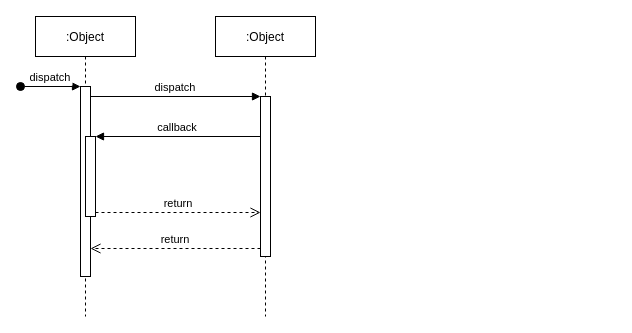
Before: Untitled Diagram.drawio in ngantn1994/simple-full-stack-spa, a draw.io diagram. Source tidied: cells renumbered, new cells numbered last; positions are measured from the earlier drawing's top-left corner, leaving out a move shared by most shapes. Both pictures are drawn from the tidied source at 100%, with x=0, y=0 at pixel (20, 16).
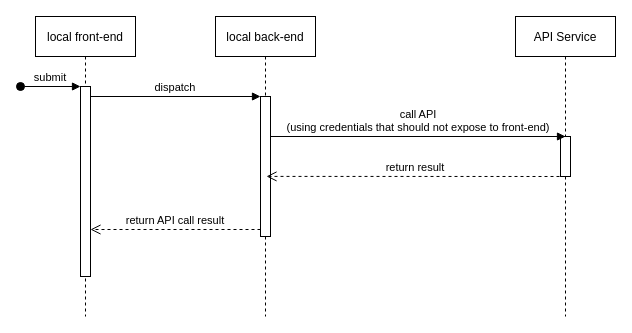
The same diagram, later.

Change to the diagram source:
```diff
@@
 <mxGraphModel>
   <root>
     <mxCell id="0" />
     <mxCell id="1" parent="0" />
-    <mxCell id="2" value=":Object" style="shape=umlLifeline;perimeter=lifelinePerimeter;rounded=0;shadow=0;strokeWidth=1;" parent="1" vertex="1">
+    <mxCell id="2" value="local front-end" style="shape=umlLifeline;perimeter=lifelinePerimeter;rounded=0;shadow=0;strokeWidth=1;" parent="1" vertex="1">
       <mxGeometry x="15" width="100" height="300" as="geometry" />
     </mxCell>
     <mxCell id="3" style="points=[];perimeter=orthogonalPerimeter;rounded=0;shadow=0;strokeWidth=1;" parent="2" vertex="1">
       <mxGeometry x="45" y="70" width="10" height="190" as="geometry" />
     </mxCell>
-    <mxCell id="4" value="dispatch" style="verticalAlign=bottom;startArrow=oval;endArrow=block;startSize=8;shadow=0;strokeWidth=1;" parent="2" edge="1" target="3">
+    <mxCell id="4" value="submit" style="verticalAlign=bottom;startArrow=oval;endArrow=block;startSize=8;shadow=0;strokeWidth=1;" parent="2" edge="1" target="3">
       <mxGeometry relative="1" as="geometry">
         <mxPoint x="-15" y="70" as="sourcePoint" />
       </mxGeometry>
     </mxCell>
-    <mxCell id="5" style="points=[];perimeter=orthogonalPerimeter;rounded=0;shadow=0;strokeWidth=1;" parent="2" vertex="1">
-      <mxGeometry x="50" y="120" width="10" height="80" as="geometry" />
-    </mxCell>
-    <mxCell id="6" value=":Object" style="shape=umlLifeline;perimeter=lifelinePerimeter;rounded=0;shadow=0;strokeWidth=1;" parent="1" vertex="1">
+    <mxCell id="6" value="local back-end" style="shape=umlLifeline;perimeter=lifelinePerimeter;rounded=0;shadow=0;strokeWidth=1;" parent="1" vertex="1">
       <mxGeometry x="195" width="100" height="300" as="geometry" />
     </mxCell>
     <mxCell id="7" style="points=[];perimeter=orthogonalPerimeter;rounded=0;shadow=0;strokeWidth=1;" parent="6" vertex="1">
-      <mxGeometry x="45" y="80" width="10" height="160" as="geometry" />
+      <mxGeometry x="45" y="80" width="10" height="140" as="geometry" />
     </mxCell>
-    <mxCell id="8" value="return" style="verticalAlign=bottom;endArrow=open;dashed=1;endSize=8;exitX=0;exitY=0.95;shadow=0;strokeWidth=1;" parent="1" edge="1" source="7" target="3">
+    <mxCell id="8" value="return API call result" style="verticalAlign=bottom;endArrow=open;dashed=1;endSize=8;exitX=0;exitY=0.95;shadow=0;strokeWidth=1;" parent="1" edge="1" source="7" target="3">
       <mxGeometry relative="1" as="geometry" />
     </mxCell>
     <mxCell id="9" value="dispatch" style="verticalAlign=bottom;endArrow=block;entryX=0;entryY=0;shadow=0;strokeWidth=1;" parent="1" edge="1" source="3" target="7">
       <mxGeometry relative="1" as="geometry" />
     </mxCell>
-    <mxCell id="10" value="callback" style="verticalAlign=bottom;endArrow=block;entryX=1;entryY=0;shadow=0;strokeWidth=1;" parent="1" edge="1" source="7" target="5">
-      <mxGeometry relative="1" as="geometry" />
-    </mxCell>
-    <mxCell id="11" value="return" style="verticalAlign=bottom;endArrow=open;dashed=1;endSize=8;exitX=1;exitY=0.95;shadow=0;strokeWidth=1;" parent="1" edge="1" source="5" target="7">
-      <mxGeometry relative="1" as="geometry" />
-    </mxCell>
+    <mxCell id="12" value="API Service" style="shape=umlLifeline;perimeter=lifelinePerimeter;rounded=0;shadow=0;strokeWidth=1;" parent="1" vertex="1">
+      <mxGeometry x="495" width="100" height="300" as="geometry" />
+    </mxCell>
+    <mxCell id="13" style="perimeter=orthogonalPerimeter;rounded=0;shadow=0;strokeWidth=1;" parent="12" vertex="1">
+      <mxGeometry x="45" y="120" width="10" height="40" as="geometry" />
+    </mxCell>
+    <mxCell id="14" value="call API&#10;(using credentials that should not expose to front-end)" style="verticalAlign=bottom;endArrow=block;entryX=0;entryY=0;shadow=0;strokeWidth=1;" parent="1" edge="1" source="7">
+      <mxGeometry relative="1" as="geometry">
+        <mxPoint x="545" y="120" as="targetPoint" />
+      </mxGeometry>
+    </mxCell>
+    <mxCell id="15" value="return result" style="verticalAlign=bottom;endArrow=open;dashed=1;endSize=8;exitX=0;exitY=0.95;shadow=0;strokeWidth=1;entryX=0.51;entryY=0.533;entryDx=0;entryDy=0;entryPerimeter=0;" parent="1" edge="1" target="6">
+      <mxGeometry relative="1" as="geometry">
+        <mxPoint x="545" y="160" as="sourcePoint" />
+      </mxGeometry>
+    </mxCell>
   </root>
 </mxGraphModel>
```
